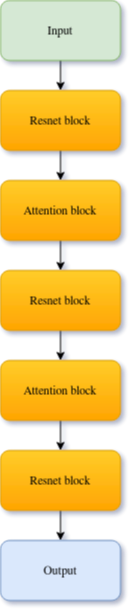
kaamka/diffusion-ct keeps this draw.io diagram as pdf/images/MidBlock.drawio.png. Above is the earlier version. Source tidied: cells renumbered, new cells last; positions are measured from the earlier drawing's top-left corner, leaving out a move shared by most shapes. Its diagram source:
```xml
<mxGraphModel>
  <root>
    <mxCell id="0" />
    <mxCell id="1" parent="0" />
    <mxCell id="2" style="edgeStyle=orthogonalEdgeStyle;rounded=0;jettySize=auto;html=1;exitX=0.5;exitY=1;exitDx=0;exitDy=0;entryX=0.5;entryY=0;entryDx=0;entryDy=0;" parent="1" edge="1" source="3" target="5">
      <mxGeometry relative="1" as="geometry" />
    </mxCell>
    <mxCell id="3" value="Input" style="rounded=1;whiteSpace=wrap;html=1;fillColor=#d5e8d4;strokeColor=#82b366;" parent="1" vertex="1">
      <mxGeometry width="120" height="60" as="geometry" />
    </mxCell>
    <mxCell id="4" style="edgeStyle=orthogonalEdgeStyle;rounded=0;jettySize=auto;html=1;exitX=0.5;exitY=1;exitDx=0;exitDy=0;entryX=0.5;entryY=0;entryDx=0;entryDy=0;" parent="1" edge="1" source="5" target="12">
      <mxGeometry relative="1" as="geometry" />
    </mxCell>
    <mxCell id="5" value="Resnet block" style="rounded=1;whiteSpace=wrap;html=1;fillColor=#ffcd28;strokeColor=#d79b00;gradientColor=#ffa500;" parent="1" vertex="1">
      <mxGeometry y="90" width="120" height="60" as="geometry" />
    </mxCell>
    <mxCell id="6" style="edgeStyle=orthogonalEdgeStyle;rounded=0;jettySize=auto;html=1;exitX=0.5;exitY=1;exitDx=0;exitDy=0;entryX=0.5;entryY=0;entryDx=0;entryDy=0;" parent="1" edge="1" source="7" target="9">
      <mxGeometry relative="1" as="geometry" />
    </mxCell>
    <mxCell id="7" value="Resnet block" style="rounded=1;whiteSpace=wrap;html=1;fillColor=#ffcd28;strokeColor=#d79b00;gradientColor=#ffa500;" parent="1" vertex="1">
      <mxGeometry y="270" width="120" height="60" as="geometry" />
    </mxCell>
    <mxCell id="8" style="edgeStyle=orthogonalEdgeStyle;rounded=0;jettySize=auto;html=1;exitX=0.5;exitY=1;exitDx=0;exitDy=0;entryX=0.5;entryY=0;entryDx=0;entryDy=0;" parent="1" edge="1" source="9" target="14">
      <mxGeometry relative="1" as="geometry" />
    </mxCell>
    <mxCell id="9" value="Attention block" style="rounded=1;whiteSpace=wrap;html=1;fillColor=#ffcd28;strokeColor=#d79b00;gradientColor=#ffa500;" parent="1" vertex="1">
      <mxGeometry y="360" width="120" height="60" as="geometry" />
    </mxCell>
    <mxCell id="10" value="Output" style="rounded=1;whiteSpace=wrap;html=1;fillColor=#dae8fc;strokeColor=#6c8ebf;" parent="1" vertex="1">
      <mxGeometry y="540" width="120" height="60" as="geometry" />
    </mxCell>
    <mxCell id="11" style="edgeStyle=orthogonalEdgeStyle;rounded=0;jettySize=auto;html=1;exitX=0.5;exitY=1;exitDx=0;exitDy=0;entryX=0.5;entryY=0;entryDx=0;entryDy=0;" parent="1" edge="1" source="12" target="7">
      <mxGeometry relative="1" as="geometry" />
    </mxCell>
    <mxCell id="12" value="Attention block" style="rounded=1;whiteSpace=wrap;html=1;fillColor=#ffcd28;strokeColor=#d79b00;gradientColor=#ffa500;" parent="1" vertex="1">
      <mxGeometry y="180" width="120" height="60" as="geometry" />
    </mxCell>
    <mxCell id="13" style="edgeStyle=orthogonalEdgeStyle;rounded=0;jettySize=auto;html=1;exitX=0.5;exitY=1;exitDx=0;exitDy=0;entryX=0.5;entryY=0;entryDx=0;entryDy=0;" parent="1" edge="1" source="14" target="10">
      <mxGeometry relative="1" as="geometry" />
    </mxCell>
    <mxCell id="14" value="Resnet block" style="rounded=1;whiteSpace=wrap;html=1;fillColor=#ffcd28;strokeColor=#d79b00;gradientColor=#ffa500;" parent="1" vertex="1">
      <mxGeometry y="450" width="120" height="60" as="geometry" />
    </mxCell>
  </root>
</mxGraphModel>
```
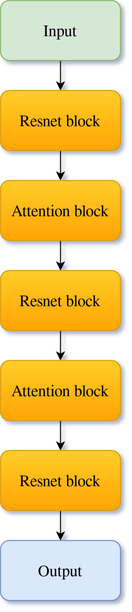
The same diagram one commit later.

Diff of the diagram source:
```diff
@@ -2,43 +2,43 @@
   <root>
     <mxCell id="0" />
     <mxCell id="1" parent="0" />
-    <mxCell id="2" style="edgeStyle=orthogonalEdgeStyle;rounded=0;jettySize=auto;html=1;exitX=0.5;exitY=1;exitDx=0;exitDy=0;entryX=0.5;entryY=0;entryDx=0;entryDy=0;" parent="1" edge="1" source="3" target="5">
+    <mxCell id="2" style="edgeStyle=orthogonalEdgeStyle;rounded=0;jettySize=auto;html=1;exitX=0.5;exitY=1;exitDx=0;exitDy=0;entryX=0.5;entryY=0;entryDx=0;entryDy=0;fontSize=16;" parent="1" edge="1" source="3" target="5">
       <mxGeometry relative="1" as="geometry" />
     </mxCell>
-    <mxCell id="3" value="Input" style="rounded=1;whiteSpace=wrap;html=1;fillColor=#d5e8d4;strokeColor=#82b366;" parent="1" vertex="1">
+    <mxCell id="3" value="Input" style="rounded=1;whiteSpace=wrap;html=1;fillColor=#d5e8d4;strokeColor=#82b366;fontSize=16;" parent="1" vertex="1">
       <mxGeometry width="120" height="60" as="geometry" />
     </mxCell>
-    <mxCell id="4" style="edgeStyle=orthogonalEdgeStyle;rounded=0;jettySize=auto;html=1;exitX=0.5;exitY=1;exitDx=0;exitDy=0;entryX=0.5;entryY=0;entryDx=0;entryDy=0;" parent="1" edge="1" source="5" target="12">
+    <mxCell id="4" style="edgeStyle=orthogonalEdgeStyle;rounded=0;jettySize=auto;html=1;exitX=0.5;exitY=1;exitDx=0;exitDy=0;entryX=0.5;entryY=0;entryDx=0;entryDy=0;fontSize=16;" parent="1" edge="1" source="5" target="12">
       <mxGeometry relative="1" as="geometry" />
     </mxCell>
-    <mxCell id="5" value="Resnet block" style="rounded=1;whiteSpace=wrap;html=1;fillColor=#ffcd28;strokeColor=#d79b00;gradientColor=#ffa500;" parent="1" vertex="1">
+    <mxCell id="5" value="Resnet block" style="rounded=1;whiteSpace=wrap;html=1;fillColor=#ffcd28;strokeColor=#d79b00;gradientColor=#ffa500;fontSize=16;" parent="1" vertex="1">
       <mxGeometry y="90" width="120" height="60" as="geometry" />
     </mxCell>
-    <mxCell id="6" style="edgeStyle=orthogonalEdgeStyle;rounded=0;jettySize=auto;html=1;exitX=0.5;exitY=1;exitDx=0;exitDy=0;entryX=0.5;entryY=0;entryDx=0;entryDy=0;" parent="1" edge="1" source="7" target="9">
+    <mxCell id="6" style="edgeStyle=orthogonalEdgeStyle;rounded=0;jettySize=auto;html=1;exitX=0.5;exitY=1;exitDx=0;exitDy=0;entryX=0.5;entryY=0;entryDx=0;entryDy=0;fontSize=16;" parent="1" edge="1" source="7" target="9">
       <mxGeometry relative="1" as="geometry" />
     </mxCell>
-    <mxCell id="7" value="Resnet block" style="rounded=1;whiteSpace=wrap;html=1;fillColor=#ffcd28;strokeColor=#d79b00;gradientColor=#ffa500;" parent="1" vertex="1">
+    <mxCell id="7" value="Resnet block" style="rounded=1;whiteSpace=wrap;html=1;fillColor=#ffcd28;strokeColor=#d79b00;gradientColor=#ffa500;fontSize=16;" parent="1" vertex="1">
       <mxGeometry y="270" width="120" height="60" as="geometry" />
     </mxCell>
-    <mxCell id="8" style="edgeStyle=orthogonalEdgeStyle;rounded=0;jettySize=auto;html=1;exitX=0.5;exitY=1;exitDx=0;exitDy=0;entryX=0.5;entryY=0;entryDx=0;entryDy=0;" parent="1" edge="1" source="9" target="14">
+    <mxCell id="8" style="edgeStyle=orthogonalEdgeStyle;rounded=0;jettySize=auto;html=1;exitX=0.5;exitY=1;exitDx=0;exitDy=0;entryX=0.5;entryY=0;entryDx=0;entryDy=0;fontSize=16;" parent="1" edge="1" source="9" target="14">
       <mxGeometry relative="1" as="geometry" />
     </mxCell>
-    <mxCell id="9" value="Attention block" style="rounded=1;whiteSpace=wrap;html=1;fillColor=#ffcd28;strokeColor=#d79b00;gradientColor=#ffa500;" parent="1" vertex="1">
+    <mxCell id="9" value="Attention block" style="rounded=1;whiteSpace=wrap;html=1;fillColor=#ffcd28;strokeColor=#d79b00;gradientColor=#ffa500;fontSize=16;" parent="1" vertex="1">
       <mxGeometry y="360" width="120" height="60" as="geometry" />
     </mxCell>
-    <mxCell id="10" value="Output" style="rounded=1;whiteSpace=wrap;html=1;fillColor=#dae8fc;strokeColor=#6c8ebf;" parent="1" vertex="1">
+    <mxCell id="10" value="Output" style="rounded=1;whiteSpace=wrap;html=1;fillColor=#dae8fc;strokeColor=#6c8ebf;fontSize=16;" parent="1" vertex="1">
       <mxGeometry y="540" width="120" height="60" as="geometry" />
     </mxCell>
-    <mxCell id="11" style="edgeStyle=orthogonalEdgeStyle;rounded=0;jettySize=auto;html=1;exitX=0.5;exitY=1;exitDx=0;exitDy=0;entryX=0.5;entryY=0;entryDx=0;entryDy=0;" parent="1" edge="1" source="12" target="7">
+    <mxCell id="11" style="edgeStyle=orthogonalEdgeStyle;rounded=0;jettySize=auto;html=1;exitX=0.5;exitY=1;exitDx=0;exitDy=0;entryX=0.5;entryY=0;entryDx=0;entryDy=0;fontSize=16;" parent="1" edge="1" source="12" target="7">
       <mxGeometry relative="1" as="geometry" />
     </mxCell>
-    <mxCell id="12" value="Attention block" style="rounded=1;whiteSpace=wrap;html=1;fillColor=#ffcd28;strokeColor=#d79b00;gradientColor=#ffa500;" parent="1" vertex="1">
+    <mxCell id="12" value="Attention block" style="rounded=1;whiteSpace=wrap;html=1;fillColor=#ffcd28;strokeColor=#d79b00;gradientColor=#ffa500;fontSize=16;" parent="1" vertex="1">
       <mxGeometry y="180" width="120" height="60" as="geometry" />
     </mxCell>
-    <mxCell id="13" style="edgeStyle=orthogonalEdgeStyle;rounded=0;jettySize=auto;html=1;exitX=0.5;exitY=1;exitDx=0;exitDy=0;entryX=0.5;entryY=0;entryDx=0;entryDy=0;" parent="1" edge="1" source="14" target="10">
+    <mxCell id="13" style="edgeStyle=orthogonalEdgeStyle;rounded=0;jettySize=auto;html=1;exitX=0.5;exitY=1;exitDx=0;exitDy=0;entryX=0.5;entryY=0;entryDx=0;entryDy=0;fontSize=16;" parent="1" edge="1" source="14" target="10">
       <mxGeometry relative="1" as="geometry" />
     </mxCell>
-    <mxCell id="14" value="Resnet block" style="rounded=1;whiteSpace=wrap;html=1;fillColor=#ffcd28;strokeColor=#d79b00;gradientColor=#ffa500;" parent="1" vertex="1">
+    <mxCell id="14" value="Resnet block" style="rounded=1;whiteSpace=wrap;html=1;fillColor=#ffcd28;strokeColor=#d79b00;gradientColor=#ffa500;fontSize=16;" parent="1" vertex="1">
       <mxGeometry y="450" width="120" height="60" as="geometry" />
     </mxCell>
   </root>
```
